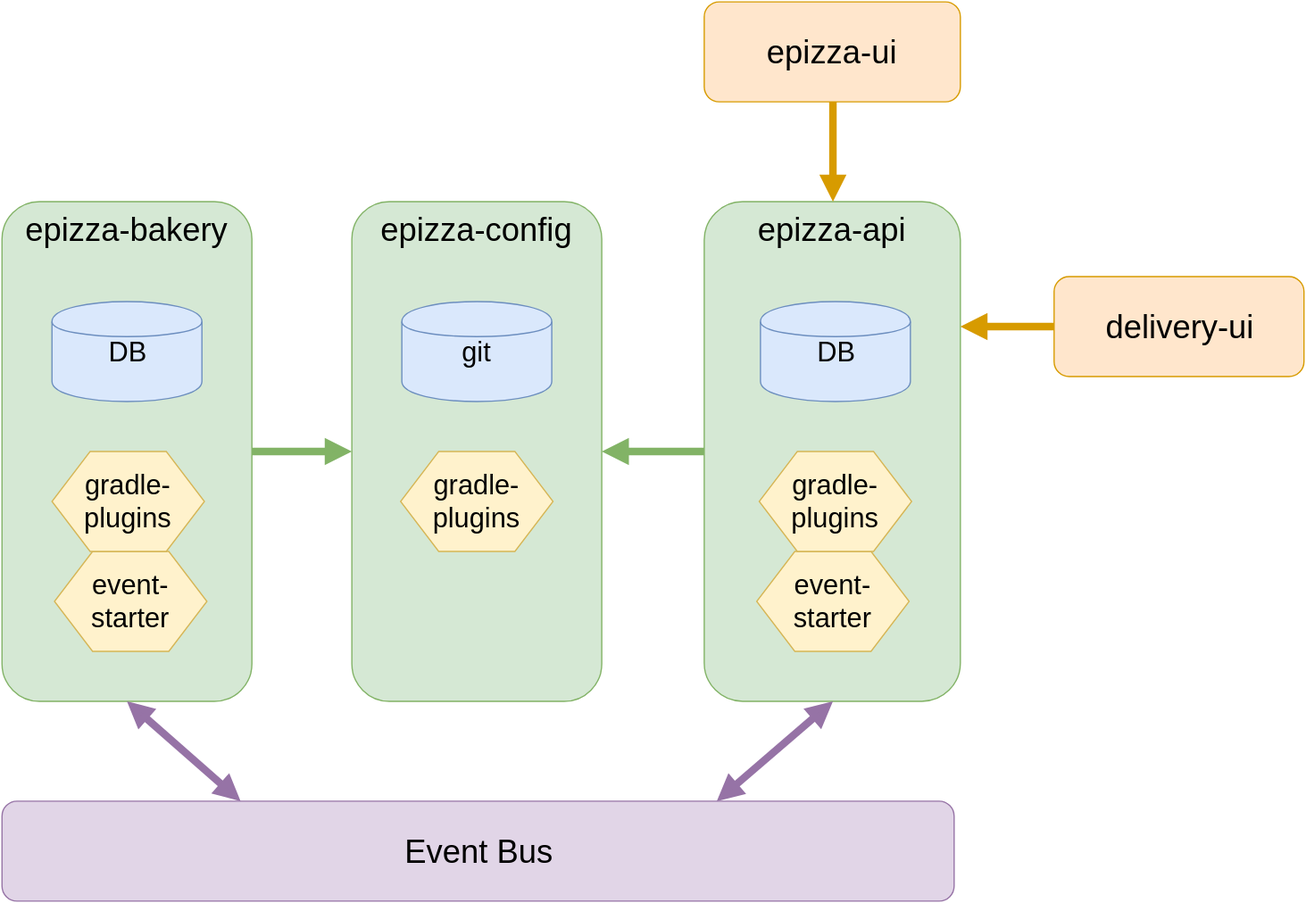
Earlier version of the draw.io export pizza-service-intro/img/epizza.svg (pk762/epizza). Source tidied: cells renumbered, new cells last; positions are measured from the earlier drawing's top-left corner, leaving out a move shared by most shapes. The source it was exported from:
```xml
<mxGraphModel background="#ffffff">
  <root>
    <mxCell id="0" />
    <mxCell id="1" parent="0" />
    <mxCell id="2" value="Event Bus" style="rounded=1;whiteSpace=wrap;html=1;shadow=0;glass=0;fillColor=#e1d5e7;fontSize=26;strokeColor=#9673a6;" parent="1" vertex="1">
      <mxGeometry y="640" width="762" height="80" as="geometry" />
    </mxCell>
    <mxCell id="3" value="epizza-bakery" style="rounded=1;whiteSpace=wrap;html=1;shadow=0;glass=0;fillColor=#d5e8d4;fontSize=26;strokeColor=#82b366;verticalAlign=top;" parent="1" vertex="1">
      <mxGeometry y="160" width="200" height="400" as="geometry" />
    </mxCell>
    <mxCell id="4" value="epizza-api" style="rounded=1;whiteSpace=wrap;html=1;shadow=0;glass=0;fillColor=#d5e8d4;fontSize=26;strokeColor=#82b366;verticalAlign=top;" parent="1" vertex="1">
      <mxGeometry x="562" y="160" width="205" height="400" as="geometry" />
    </mxCell>
    <mxCell id="5" value="epizza-config" style="rounded=1;whiteSpace=wrap;html=1;shadow=0;glass=0;fillColor=#d5e8d4;fontSize=26;strokeColor=#82b366;verticalAlign=top;" parent="1" vertex="1">
      <mxGeometry x="280" y="160" width="200" height="400" as="geometry" />
    </mxCell>
    <mxCell id="6" value="DB" style="shape=cylinder;whiteSpace=wrap;html=1;shadow=0;glass=0;fillColor=#dae8fc;fontSize=22;strokeColor=#6c8ebf;verticalAlign=middle;" parent="1" vertex="1">
      <mxGeometry x="40" y="240" width="120" height="80" as="geometry" />
    </mxCell>
    <mxCell id="7" value="git" style="shape=cylinder;whiteSpace=wrap;html=1;shadow=0;glass=0;fillColor=#dae8fc;fontSize=22;strokeColor=#6c8ebf;verticalAlign=middle;" parent="1" vertex="1">
      <mxGeometry x="320" y="240" width="120" height="80" as="geometry" />
    </mxCell>
    <mxCell id="8" value="DB" style="shape=cylinder;whiteSpace=wrap;html=1;shadow=0;glass=0;fillColor=#dae8fc;fontSize=22;strokeColor=#6c8ebf;verticalAlign=middle;" parent="1" vertex="1">
      <mxGeometry x="607" y="240" width="120" height="80" as="geometry" />
    </mxCell>
    <mxCell id="9" value="epizza-ui" style="rounded=1;whiteSpace=wrap;html=1;shadow=0;glass=0;fillColor=#ffe6cc;fontSize=26;strokeColor=#d79b00;" parent="1" vertex="1">
      <mxGeometry x="562" width="205" height="80" as="geometry" />
    </mxCell>
    <mxCell id="10" value="event-starter" style="shape=hexagon;perimeter=hexagonPerimeter;whiteSpace=wrap;html=1;shadow=0;glass=0;fillColor=#fff2cc;fontSize=22;strokeColor=#d6b656;" parent="1" vertex="1">
      <mxGeometry x="42" y="440" width="122" height="80" as="geometry" />
    </mxCell>
    <mxCell id="11" value="delivery-ui" style="rounded=1;whiteSpace=wrap;html=1;shadow=0;glass=0;fillColor=#ffe6cc;fontSize=26;strokeColor=#d79b00;" parent="1" vertex="1">
      <mxGeometry x="842" y="220" width="200" height="80" as="geometry" />
    </mxCell>
    <mxCell id="12" value="gradle-plugins" style="shape=hexagon;perimeter=hexagonPerimeter;whiteSpace=wrap;html=1;shadow=0;glass=0;fillColor=#fff2cc;fontSize=22;strokeColor=#d6b656;" parent="1" vertex="1">
      <mxGeometry x="40" y="360" width="122" height="80" as="geometry" />
    </mxCell>
    <mxCell id="13" value="event-starter" style="shape=hexagon;perimeter=hexagonPerimeter;whiteSpace=wrap;html=1;shadow=0;glass=0;fillColor=#fff2cc;fontSize=22;strokeColor=#d6b656;" parent="1" vertex="1">
      <mxGeometry x="604" y="440" width="122" height="80" as="geometry" />
    </mxCell>
    <mxCell id="14" value="gradle-plugins" style="shape=hexagon;perimeter=hexagonPerimeter;whiteSpace=wrap;html=1;shadow=0;glass=0;fillColor=#fff2cc;fontSize=22;strokeColor=#d6b656;" parent="1" vertex="1">
      <mxGeometry x="606" y="360" width="122" height="80" as="geometry" />
    </mxCell>
    <mxCell id="15" value="gradle-plugins" style="shape=hexagon;perimeter=hexagonPerimeter;whiteSpace=wrap;html=1;shadow=0;glass=0;fillColor=#fff2cc;fontSize=22;strokeColor=#d6b656;" parent="1" vertex="1">
      <mxGeometry x="319" y="360" width="122" height="80" as="geometry" />
    </mxCell>
    <mxCell id="16" style="endArrow=block;startArrow=block;html=1;shadow=0;strokeWidth=6;fontSize=22;entryX=0.5;entryY=1;exitX=0.25;exitY=0;fillColor=#e1d5e7;strokeColor=#9673a6;startFill=1;endFill=1;" parent="1" edge="1" source="2" target="3">
      <mxGeometry relative="1" as="geometry" />
    </mxCell>
    <mxCell id="17" style="endArrow=block;startArrow=block;html=1;shadow=0;strokeWidth=6;fontSize=22;entryX=0.5;entryY=1;exitX=0.75;exitY=0;fillColor=#e1d5e7;strokeColor=#9673a6;endFill=1;startFill=1;" parent="1" edge="1" source="2" target="4">
      <mxGeometry relative="1" as="geometry" />
    </mxCell>
    <mxCell id="18" style="endArrow=block;html=1;shadow=0;strokeWidth=6;fontSize=22;exitX=1;exitY=0.5;entryX=0;entryY=0.5;fillColor=#d5e8d4;strokeColor=#82b366;endFill=1;" parent="1" edge="1" source="3" target="5">
      <mxGeometry relative="1" as="geometry" />
    </mxCell>
    <mxCell id="19" style="endArrow=block;html=1;shadow=0;strokeWidth=6;fontSize=22;exitX=0;exitY=0.5;entryX=1;entryY=0.5;fillColor=#d5e8d4;strokeColor=#82b366;endFill=1;" parent="1" edge="1" source="4" target="5">
      <mxGeometry relative="1" as="geometry" />
    </mxCell>
    <mxCell id="20" style="endArrow=block;html=1;shadow=0;strokeWidth=6;fontSize=22;exitX=0.5;exitY=1;entryX=0.5;entryY=0;fillColor=#ffe6cc;strokeColor=#d79b00;endFill=1;" parent="1" edge="1" source="9" target="4">
      <mxGeometry relative="1" as="geometry" />
    </mxCell>
    <mxCell id="21" style="endArrow=block;html=1;shadow=0;strokeWidth=6;fontSize=22;exitX=0;exitY=0.5;entryX=1;entryY=0.25;fillColor=#ffe6cc;strokeColor=#d79b00;endFill=1;" parent="1" edge="1" source="11" target="4">
      <mxGeometry relative="1" as="geometry" />
    </mxCell>
  </root>
</mxGraphModel>
```
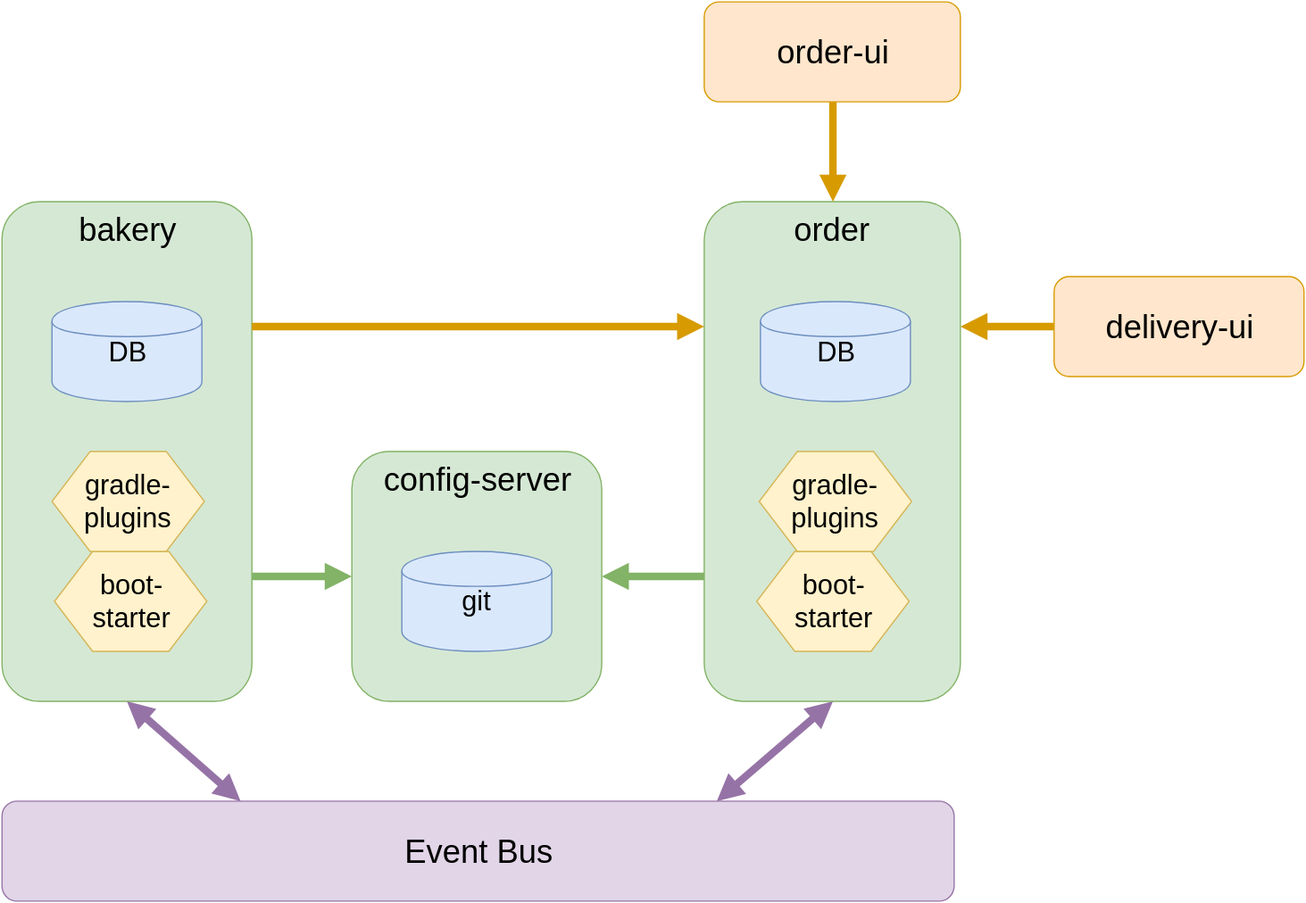
Later version of the same file.

Commit message:
system diagram

Diff of the diagram source:
```diff
@@ -5,28 +5,28 @@
     <mxCell id="2" value="Event Bus" style="rounded=1;whiteSpace=wrap;html=1;shadow=0;glass=0;fillColor=#e1d5e7;fontSize=26;strokeColor=#9673a6;" parent="1" vertex="1">
       <mxGeometry y="640" width="762" height="80" as="geometry" />
     </mxCell>
-    <mxCell id="3" value="epizza-bakery" style="rounded=1;whiteSpace=wrap;html=1;shadow=0;glass=0;fillColor=#d5e8d4;fontSize=26;strokeColor=#82b366;verticalAlign=top;" parent="1" vertex="1">
+    <mxCell id="3" value="bakery" style="rounded=1;whiteSpace=wrap;html=1;shadow=0;glass=0;fillColor=#d5e8d4;fontSize=26;strokeColor=#82b366;verticalAlign=top;" parent="1" vertex="1">
       <mxGeometry y="160" width="200" height="400" as="geometry" />
     </mxCell>
-    <mxCell id="4" value="epizza-api" style="rounded=1;whiteSpace=wrap;html=1;shadow=0;glass=0;fillColor=#d5e8d4;fontSize=26;strokeColor=#82b366;verticalAlign=top;" parent="1" vertex="1">
+    <mxCell id="4" value="order" style="rounded=1;whiteSpace=wrap;html=1;shadow=0;glass=0;fillColor=#d5e8d4;fontSize=26;strokeColor=#82b366;verticalAlign=top;" parent="1" vertex="1">
       <mxGeometry x="562" y="160" width="205" height="400" as="geometry" />
     </mxCell>
-    <mxCell id="5" value="epizza-config" style="rounded=1;whiteSpace=wrap;html=1;shadow=0;glass=0;fillColor=#d5e8d4;fontSize=26;strokeColor=#82b366;verticalAlign=top;" parent="1" vertex="1">
-      <mxGeometry x="280" y="160" width="200" height="400" as="geometry" />
+    <mxCell id="5" value="config-server" style="rounded=1;whiteSpace=wrap;html=1;shadow=0;glass=0;fillColor=#d5e8d4;fontSize=26;strokeColor=#82b366;verticalAlign=top;" parent="1" vertex="1">
+      <mxGeometry x="280" y="360" width="200" height="200" as="geometry" />
     </mxCell>
     <mxCell id="6" value="DB" style="shape=cylinder;whiteSpace=wrap;html=1;shadow=0;glass=0;fillColor=#dae8fc;fontSize=22;strokeColor=#6c8ebf;verticalAlign=middle;" parent="1" vertex="1">
       <mxGeometry x="40" y="240" width="120" height="80" as="geometry" />
     </mxCell>
     <mxCell id="7" value="git" style="shape=cylinder;whiteSpace=wrap;html=1;shadow=0;glass=0;fillColor=#dae8fc;fontSize=22;strokeColor=#6c8ebf;verticalAlign=middle;" parent="1" vertex="1">
-      <mxGeometry x="320" y="240" width="120" height="80" as="geometry" />
+      <mxGeometry x="320" y="440" width="120" height="80" as="geometry" />
     </mxCell>
     <mxCell id="8" value="DB" style="shape=cylinder;whiteSpace=wrap;html=1;shadow=0;glass=0;fillColor=#dae8fc;fontSize=22;strokeColor=#6c8ebf;verticalAlign=middle;" parent="1" vertex="1">
       <mxGeometry x="607" y="240" width="120" height="80" as="geometry" />
     </mxCell>
-    <mxCell id="9" value="epizza-ui" style="rounded=1;whiteSpace=wrap;html=1;shadow=0;glass=0;fillColor=#ffe6cc;fontSize=26;strokeColor=#d79b00;" parent="1" vertex="1">
+    <mxCell id="9" value="order-ui" style="rounded=1;whiteSpace=wrap;html=1;shadow=0;glass=0;fillColor=#ffe6cc;fontSize=26;strokeColor=#d79b00;" parent="1" vertex="1">
       <mxGeometry x="562" width="205" height="80" as="geometry" />
     </mxCell>
-    <mxCell id="10" value="event-starter" style="shape=hexagon;perimeter=hexagonPerimeter;whiteSpace=wrap;html=1;shadow=0;glass=0;fillColor=#fff2cc;fontSize=22;strokeColor=#d6b656;" parent="1" vertex="1">
+    <mxCell id="10" value="boot-&lt;br&gt;starter" style="shape=hexagon;perimeter=hexagonPerimeter;whiteSpace=wrap;html=1;shadow=0;glass=0;fillColor=#fff2cc;fontSize=22;strokeColor=#d6b656;" parent="1" vertex="1">
       <mxGeometry x="42" y="440" width="122" height="80" as="geometry" />
     </mxCell>
     <mxCell id="11" value="delivery-ui" style="rounded=1;whiteSpace=wrap;html=1;shadow=0;glass=0;fillColor=#ffe6cc;fontSize=26;strokeColor=#d79b00;" parent="1" vertex="1">
@@ -35,25 +35,22 @@
     <mxCell id="12" value="gradle-plugins" style="shape=hexagon;perimeter=hexagonPerimeter;whiteSpace=wrap;html=1;shadow=0;glass=0;fillColor=#fff2cc;fontSize=22;strokeColor=#d6b656;" parent="1" vertex="1">
       <mxGeometry x="40" y="360" width="122" height="80" as="geometry" />
     </mxCell>
-    <mxCell id="13" value="event-starter" style="shape=hexagon;perimeter=hexagonPerimeter;whiteSpace=wrap;html=1;shadow=0;glass=0;fillColor=#fff2cc;fontSize=22;strokeColor=#d6b656;" parent="1" vertex="1">
+    <mxCell id="13" value="boot-&lt;br&gt;starter" style="shape=hexagon;perimeter=hexagonPerimeter;whiteSpace=wrap;html=1;shadow=0;glass=0;fillColor=#fff2cc;fontSize=22;strokeColor=#d6b656;" parent="1" vertex="1">
       <mxGeometry x="604" y="440" width="122" height="80" as="geometry" />
     </mxCell>
     <mxCell id="14" value="gradle-plugins" style="shape=hexagon;perimeter=hexagonPerimeter;whiteSpace=wrap;html=1;shadow=0;glass=0;fillColor=#fff2cc;fontSize=22;strokeColor=#d6b656;" parent="1" vertex="1">
       <mxGeometry x="606" y="360" width="122" height="80" as="geometry" />
     </mxCell>
-    <mxCell id="15" value="gradle-plugins" style="shape=hexagon;perimeter=hexagonPerimeter;whiteSpace=wrap;html=1;shadow=0;glass=0;fillColor=#fff2cc;fontSize=22;strokeColor=#d6b656;" parent="1" vertex="1">
-      <mxGeometry x="319" y="360" width="122" height="80" as="geometry" />
-    </mxCell>
     <mxCell id="16" style="endArrow=block;startArrow=block;html=1;shadow=0;strokeWidth=6;fontSize=22;entryX=0.5;entryY=1;exitX=0.25;exitY=0;fillColor=#e1d5e7;strokeColor=#9673a6;startFill=1;endFill=1;" parent="1" edge="1" source="2" target="3">
       <mxGeometry relative="1" as="geometry" />
     </mxCell>
     <mxCell id="17" style="endArrow=block;startArrow=block;html=1;shadow=0;strokeWidth=6;fontSize=22;entryX=0.5;entryY=1;exitX=0.75;exitY=0;fillColor=#e1d5e7;strokeColor=#9673a6;endFill=1;startFill=1;" parent="1" edge="1" source="2" target="4">
       <mxGeometry relative="1" as="geometry" />
     </mxCell>
-    <mxCell id="18" style="endArrow=block;html=1;shadow=0;strokeWidth=6;fontSize=22;exitX=1;exitY=0.5;entryX=0;entryY=0.5;fillColor=#d5e8d4;strokeColor=#82b366;endFill=1;" parent="1" edge="1" source="3" target="5">
+    <mxCell id="18" style="endArrow=block;html=1;shadow=0;strokeWidth=6;fontSize=22;exitX=1;exitY=0.75;entryX=0;entryY=0.5;fillColor=#d5e8d4;strokeColor=#82b366;endFill=1;" parent="1" edge="1" source="3" target="5">
       <mxGeometry relative="1" as="geometry" />
     </mxCell>
-    <mxCell id="19" style="endArrow=block;html=1;shadow=0;strokeWidth=6;fontSize=22;exitX=0;exitY=0.5;entryX=1;entryY=0.5;fillColor=#d5e8d4;strokeColor=#82b366;endFill=1;" parent="1" edge="1" source="4" target="5">
+    <mxCell id="19" style="endArrow=block;html=1;shadow=0;strokeWidth=6;fontSize=22;exitX=0;exitY=0.75;entryX=1;entryY=0.5;fillColor=#d5e8d4;strokeColor=#82b366;endFill=1;" parent="1" edge="1" source="4" target="5">
       <mxGeometry relative="1" as="geometry" />
     </mxCell>
     <mxCell id="20" style="endArrow=block;html=1;shadow=0;strokeWidth=6;fontSize=22;exitX=0.5;exitY=1;entryX=0.5;entryY=0;fillColor=#ffe6cc;strokeColor=#d79b00;endFill=1;" parent="1" edge="1" source="9" target="4">
@@ -62,5 +59,8 @@
     <mxCell id="21" style="endArrow=block;html=1;shadow=0;strokeWidth=6;fontSize=22;exitX=0;exitY=0.5;entryX=1;entryY=0.25;fillColor=#ffe6cc;strokeColor=#d79b00;endFill=1;" parent="1" edge="1" source="11" target="4">
       <mxGeometry relative="1" as="geometry" />
     </mxCell>
+    <mxCell id="22" style="endArrow=block;html=1;shadow=0;strokeWidth=6;fontSize=22;exitX=1;exitY=0.25;entryX=0;entryY=0.25;fillColor=#ffe6cc;strokeColor=#d79b00;endFill=1;" parent="1" edge="1" source="3" target="4">
+      <mxGeometry x="753" y="170" as="geometry" />
+    </mxCell>
   </root>
 </mxGraphModel>
```
